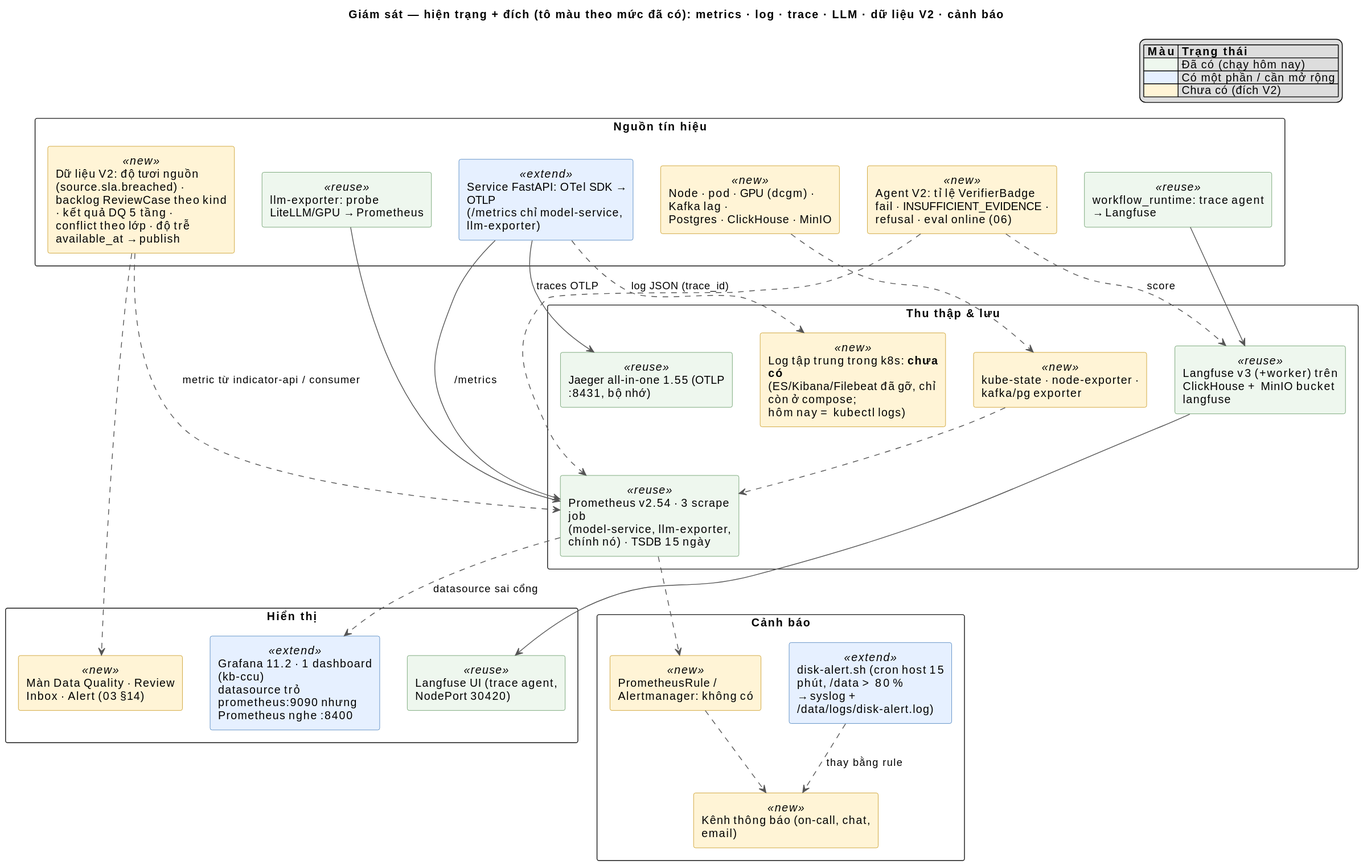
This is docs/v2/diagrams/36-observability.svg from affkjuhyt/Data-Agent, a PlantUML export, as it was before one commit. Its diagram source:
```plantuml
@startuml
title Giám sát — hiện trạng + đích (tô màu theo mức đã có): metrics · log · trace · LLM · dữ liệu V2 · cảnh báo
skinparam shadowing false
skinparam defaultFontName "Arial"
skinparam componentStyle rectangle
skinparam packageStyle rectangle
skinparam wrapWidth 220
skinparam ArrowColor #555555
skinparam component<<reuse>> {
  BackgroundColor #EEF7EE
  BorderColor #4E8A4E
}
skinparam component<<extend>> {
  BackgroundColor #E6F0FF
  BorderColor #2F6FB3
}
skinparam component<<new>> {
  BackgroundColor #FFF4D6
  BorderColor #C08A00
}
legend top right
  |= Màu |= Trạng thái |
  |<#EEF7EE> | Đã có (chạy hôm nay) |
  |<#E6F0FF> | Có một phần / cần mở rộng |
  |<#FFF4D6> | Chưa có (đích V2) |
endlegend

package "Nguồn tín hiệu" {
  component "Service FastAPI: OTel SDK → OTLP\n(/metrics chỉ model-service, llm-exporter)" <<extend>> as SVC
  component "workflow_runtime: trace agent → Langfuse" <<reuse>> as LLMS
  component "llm-exporter: probe LiteLLM/GPU → Prometheus" <<reuse>> as LLME
  component "Node · pod · GPU (dcgm) · Kafka lag ·\nPostgres · ClickHouse · MinIO" <<new>> as INFRA
  component "Dữ liệu V2: độ tươi nguồn (source.sla.breached) ·\nbacklog ReviewCase theo kind · kết quả DQ 5 tầng ·\nconflict theo lớp · độ trễ available_at → publish" <<new>> as DATAS
  component "Agent V2: tỉ lệ VerifierBadge fail · INSUFFICIENT_EVIDENCE ·\nrefusal · eval online (06)" <<new>> as AGS
}

package "Thu thập & lưu" {
  component "Prometheus v2.54 · 3 scrape job\n(model-service, llm-exporter, chính nó) · TSDB 15 ngày" <<reuse>> as PROM
  component "Jaeger all-in-one 1.55 (OTLP :8431, bộ nhớ)" <<reuse>> as JG
  component "Langfuse v3 (+worker) trên ClickHouse + MinIO bucket langfuse" <<reuse>> as LF
  component "kube-state · node-exporter · kafka/pg exporter" <<new>> as KPS
  component "Log tập trung trong k8s: **chưa có**\n(ES/Kibana/Filebeat đã gỡ, chỉ còn ở compose;\nhôm nay = kubectl logs)" <<new>> as LOG
}

package "Hiển thị" {
  component "Grafana 11.2 · 1 dashboard (kb-ccu)\ndatasource trỏ prometheus:9090 nhưng Prometheus nghe :8400" <<extend>> as GRAF
  component "Langfuse UI (trace agent, NodePort 30420)" <<reuse>> as LFUI
  component "Màn Data Quality · Review Inbox · Alert (03 §14)" <<new>> as UI
}

package "Cảnh báo" {
  component "PrometheusRule / Alertmanager: không có" <<new>> as AM
  component "disk-alert.sh (cron host 15 phút, /data > 80 %\n→ syslog + /data/logs/disk-alert.log)" <<extend>> as DISK
  component "Kênh thông báo (on-call, chat, email)" <<new>> as CH
}

SVC --> JG : traces OTLP
SVC --> PROM : /metrics
LLMS --> LF
LLME --> PROM
INFRA ..> KPS
KPS ..> PROM
DATAS ..> PROM : metric từ indicator-api / consumer
DATAS ..> UI
AGS ..> LF : score
AGS ..> PROM
SVC ..> LOG : log JSON (trace_id)
PROM ..> GRAF : datasource sai cổng
LF --> LFUI
PROM ..> AM
AM ..> CH
DISK ..> CH : thay bằng rule
@enduml
```
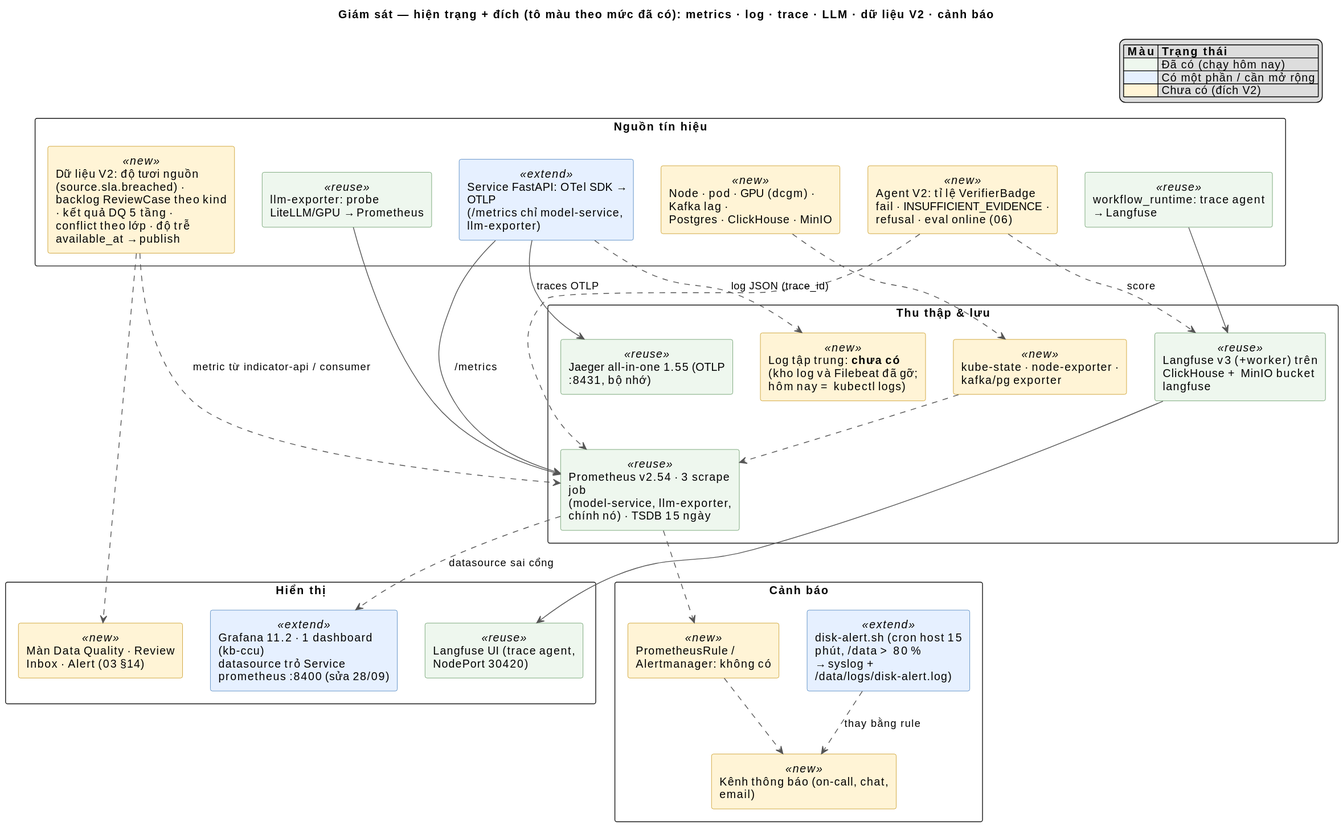
After the commit.

Diff of the diagram source:
```diff
@@ -39,11 +39,11 @@
   component "Jaeger all-in-one 1.55 (OTLP :8431, bộ nhớ)" <<reuse>> as JG
   component "Langfuse v3 (+worker) trên ClickHouse + MinIO bucket langfuse" <<reuse>> as LF
   component "kube-state · node-exporter · kafka/pg exporter" <<new>> as KPS
-  component "Log tập trung trong k8s: **chưa có**\n(ES/Kibana/Filebeat đã gỡ, chỉ còn ở compose;\nhôm nay = kubectl logs)" <<new>> as LOG
+  component "Log tập trung: **chưa có**\n(kho log và Filebeat đã gỡ;\nhôm nay = kubectl logs)" <<new>> as LOG
 }
 
 package "Hiển thị" {
-  component "Grafana 11.2 · 1 dashboard (kb-ccu)\ndatasource trỏ prometheus:9090 nhưng Prometheus nghe :8400" <<extend>> as GRAF
+  component "Grafana 11.2 · 1 dashboard (kb-ccu)\ndatasource trỏ Service prometheus :8400 (sửa 28/09)" <<extend>> as GRAF
   component "Langfuse UI (trace agent, NodePort 30420)" <<reuse>> as LFUI
   component "Màn Data Quality · Review Inbox · Alert (03 §14)" <<new>> as UI
 }
```
